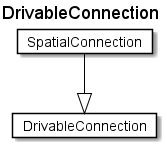
Above: fragments/diagrams/DrivableConnection.png in rtigran/rdf2adoc (PlantUML), before the change.
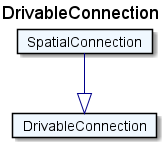
After the change.

Change to the diagram source:
```diff
@@ -1,11 +1,11 @@
 @startuml
 Title DrivableConnection
 
-Card DrivableConnection #fff [
+Card DrivableConnection #F0F8FF [
 DrivableConnection
 ]
-Card SpatialConnection #fff [
+Card SpatialConnection #F0F8FF [
 SpatialConnection
 ]
-SpatialConnection --|> DrivableConnection  #000
+SpatialConnection --|> DrivableConnection  #00008B
 @enduml
```
